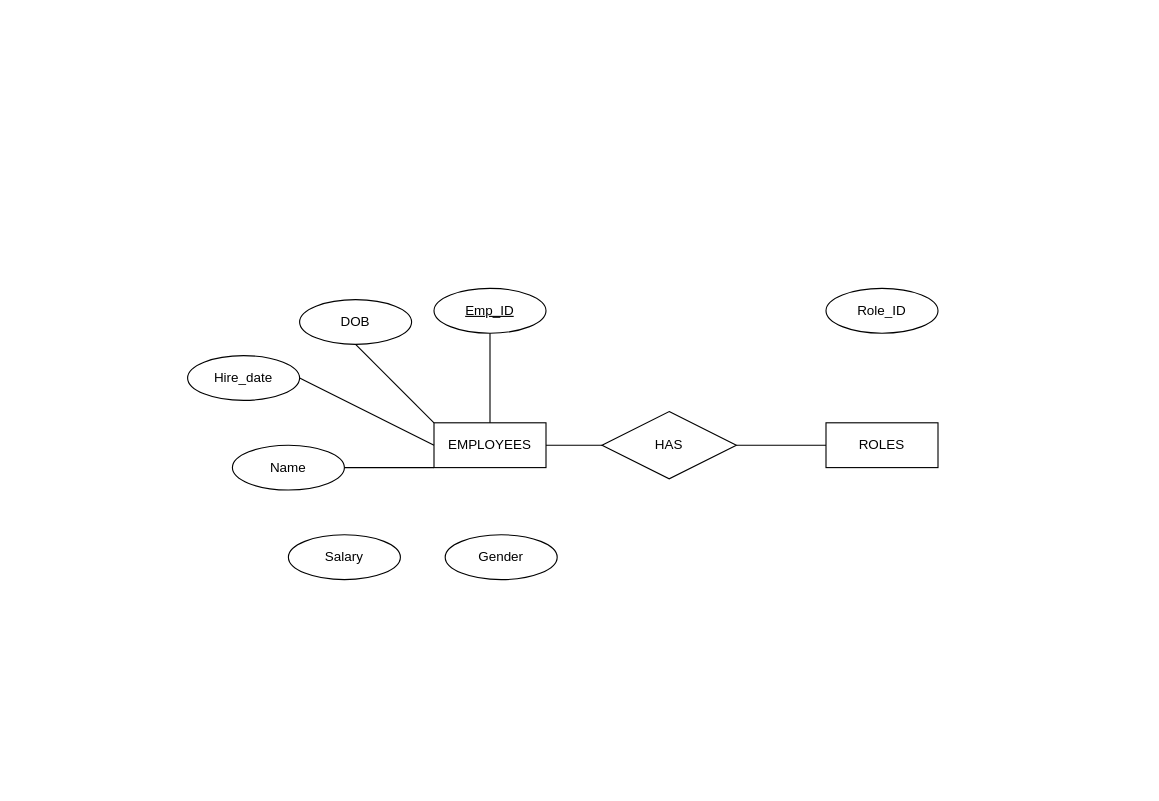
LucasHxC/webdev_lab keeps this draw.io diagram as CA1.drawio. Above is the earlier version. Source tidied: cells renumbered, new cells numbered last; positions are measured from the earlier drawing's top-left corner, leaving out a move shared by most shapes. Both pictures are drawn from the tidied source at 112%, with x=0, y=0 at pixel (187, 288).
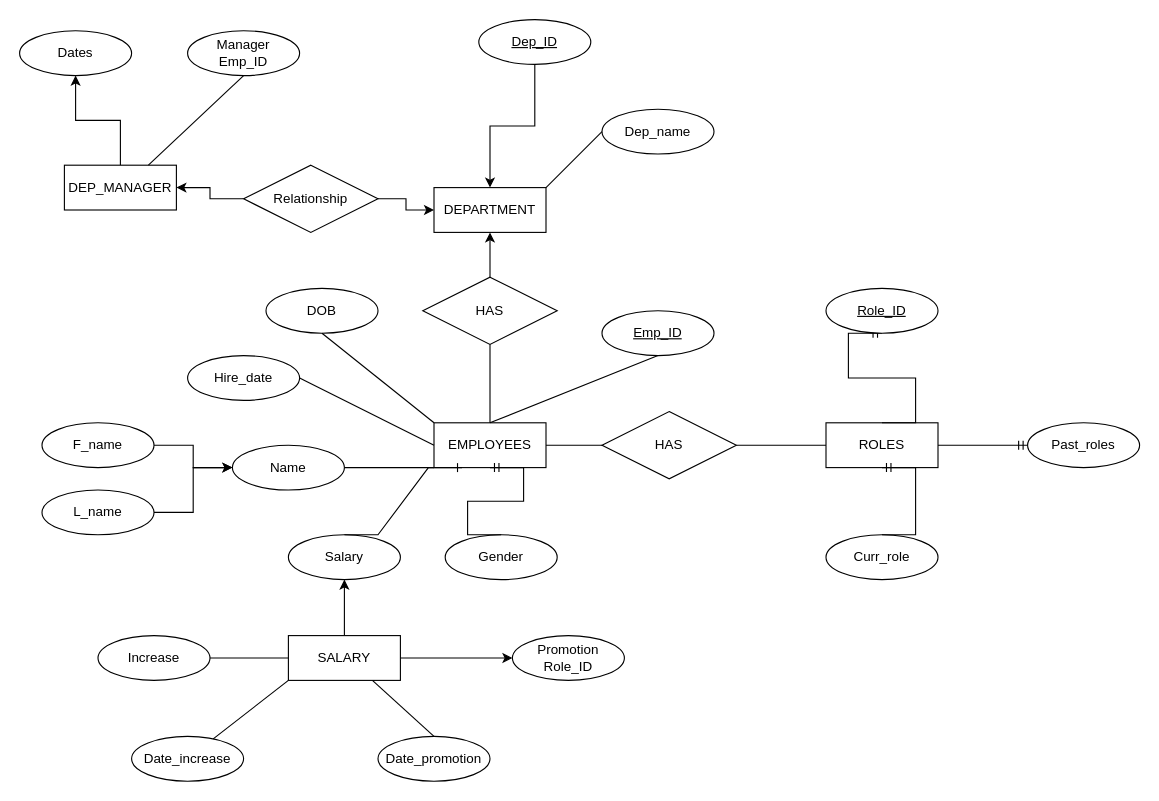
The same diagram, later.

Unchanged cells that the change refers to:
```xml
<mxCell id="2" value="EMPLOYEES" style="whiteSpace=wrap;html=1;align=center;" parent="1" vertex="1">
  <mxGeometry x="220" y="120" width="100" height="40" as="geometry" />
</mxCell>
<mxCell id="4" value="Name" style="ellipse;whiteSpace=wrap;html=1;align=center;" parent="1" vertex="1">
  <mxGeometry x="40" y="140" width="100" height="40" as="geometry" />
</mxCell>
<mxCell id="6" value="Gender" style="ellipse;whiteSpace=wrap;html=1;align=center;" parent="1" vertex="1">
  <mxGeometry x="230" y="220" width="100" height="40" as="geometry" />
</mxCell>
<mxCell id="7" value="Salary" style="ellipse;whiteSpace=wrap;html=1;align=center;" parent="1" vertex="1">
  <mxGeometry x="90" y="220" width="100" height="40" as="geometry" />
</mxCell>
<mxCell id="9" value="ROLES" style="whiteSpace=wrap;html=1;align=center;" parent="1" vertex="1">
  <mxGeometry x="570" y="120" width="100" height="40" as="geometry" />
</mxCell>
```

Diff of the diagram source:
```diff
@@
     <mxCell id="3" value="Emp_ID" style="ellipse;whiteSpace=wrap;html=1;align=center;fontStyle=4;" parent="1" vertex="1">
-      <mxGeometry x="220" width="100" height="40" as="geometry" />
+      <mxGeometry x="370" y="20" width="100" height="40" as="geometry" />
     </mxCell>
@@
     <mxCell id="5" value="DOB" style="ellipse;whiteSpace=wrap;html=1;align=center;" parent="1" vertex="1">
-      <mxGeometry x="100" y="10" width="100" height="40" as="geometry" />
+      <mxGeometry x="70" width="100" height="40" as="geometry" />
     </mxCell>
@@
-    <mxCell id="10" value="Role_ID" style="ellipse;whiteSpace=wrap;html=1;align=center;" parent="1" vertex="1">
-      <mxGeometry x="570" width="100" height="40" as="geometry" />
-    </mxCell>
@@
+    <mxCell id="18" value="Curr_role" style="ellipse;whiteSpace=wrap;html=1;align=center;" parent="1" vertex="1">
+      <mxGeometry x="570" y="220" width="100" height="40" as="geometry" />
+    </mxCell>
+    <mxCell id="19" value="Past_roles" style="ellipse;whiteSpace=wrap;html=1;align=center;" parent="1" vertex="1">
+      <mxGeometry x="750" y="120" width="100" height="40" as="geometry" />
+    </mxCell>
+    <mxCell id="20" style="edgeStyle=entityRelationEdgeStyle;fontSize=12;html=1;endArrow=ERone;endFill=1;rounded=0;exitX=0.5;exitY=0;exitDx=0;exitDy=0;entryX=0.25;entryY=1;entryDx=0;entryDy=0;" parent="1" edge="1" source="7" target="2">
+      <mxGeometry relative="1" as="geometry" />
+    </mxCell>
+    <mxCell id="21" style="edgeStyle=entityRelationEdgeStyle;fontSize=12;html=1;endArrow=ERmandOne;rounded=0;exitX=0.5;exitY=0;exitDx=0;exitDy=0;entryX=0.5;entryY=1;entryDx=0;entryDy=0;" parent="1" edge="1" source="6" target="2">
+      <mxGeometry relative="1" as="geometry" />
+    </mxCell>
+    <mxCell id="22" style="edgeStyle=entityRelationEdgeStyle;fontSize=12;html=1;endArrow=ERmandOne;rounded=0;entryX=0.5;entryY=1;entryDx=0;entryDy=0;exitX=0.5;exitY=0;exitDx=0;exitDy=0;" parent="1" edge="1" source="9">
+      <mxGeometry relative="1" as="geometry">
+        <mxPoint x="620" y="40" as="targetPoint" />
+      </mxGeometry>
+    </mxCell>
+    <mxCell id="23" style="edgeStyle=entityRelationEdgeStyle;fontSize=12;html=1;endArrow=ERmandOne;rounded=0;entryX=0.5;entryY=1;entryDx=0;entryDy=0;exitX=0.5;exitY=0;exitDx=0;exitDy=0;" parent="1" edge="1" source="18" target="9">
+      <mxGeometry relative="1" as="geometry" />
+    </mxCell>
+    <mxCell id="24" style="edgeStyle=entityRelationEdgeStyle;fontSize=12;html=1;endArrow=ERmandOne;rounded=0;entryX=0;entryY=0.5;entryDx=0;entryDy=0;exitX=1;exitY=0.5;exitDx=0;exitDy=0;" parent="1" edge="1" source="9" target="19">
+      <mxGeometry relative="1" as="geometry" />
+    </mxCell>
+    <mxCell id="25" value="DEPARTMENT" style="whiteSpace=wrap;html=1;align=center;" parent="1" vertex="1">
+      <mxGeometry x="220" y="-90" width="100" height="40" as="geometry" />
+    </mxCell>
+    <mxCell id="26" style="edgeStyle=orthogonalEdgeStyle;rounded=0;jettySize=auto;html=1;" parent="1" edge="1" source="27" target="25">
+      <mxGeometry relative="1" as="geometry" />
+    </mxCell>
+    <mxCell id="27" value="Dep_ID" style="ellipse;whiteSpace=wrap;html=1;align=center;fontStyle=4;" parent="1" vertex="1">
+      <mxGeometry x="260" y="-240" width="100" height="40" as="geometry" />
+    </mxCell>
+    <mxCell id="28" style="edgeStyle=orthogonalEdgeStyle;rounded=0;jettySize=auto;html=1;" parent="1" edge="1" source="29" target="31">
+      <mxGeometry relative="1" as="geometry" />
+    </mxCell>
+    <mxCell id="29" value="DEP_MANAGER" style="whiteSpace=wrap;html=1;align=center;" parent="1" vertex="1">
+      <mxGeometry x="-110" y="-110" width="100" height="40" as="geometry" />
+    </mxCell>
+    <mxCell id="30" value="Manager&lt;br&gt;Emp_ID" style="ellipse;whiteSpace=wrap;html=1;align=center;" parent="1" vertex="1">
+      <mxGeometry y="-230" width="100" height="40" as="geometry" />
+    </mxCell>
+    <mxCell id="10" value="Role_ID" style="ellipse;whiteSpace=wrap;html=1;align=center;fontStyle=4;" parent="1" vertex="1">
+      <mxGeometry x="570" width="100" height="40" as="geometry" />
+    </mxCell>
+    <mxCell id="31" value="Dates" style="ellipse;whiteSpace=wrap;html=1;align=center;" parent="1" vertex="1">
+      <mxGeometry x="-150" y="-230" width="100" height="40" as="geometry" />
+    </mxCell>
+    <mxCell id="32" value="Dep_name" style="ellipse;whiteSpace=wrap;html=1;align=center;" parent="1" vertex="1">
+      <mxGeometry x="370" y="-160" width="100" height="40" as="geometry" />
+    </mxCell>
+    <mxCell id="33" style="edgeStyle=orthogonalEdgeStyle;rounded=0;jettySize=auto;html=1;" parent="1" edge="1" source="34" target="25">
+      <mxGeometry relative="1" as="geometry" />
+    </mxCell>
+    <mxCell id="34" value="HAS" style="shape=rhombus;perimeter=rhombusPerimeter;whiteSpace=wrap;html=1;align=center;" parent="1" vertex="1">
+      <mxGeometry x="210" y="-10" width="120" height="60" as="geometry" />
+    </mxCell>
+    <mxCell id="35" style="endArrow=none;html=1;rounded=0;entryX=0.5;entryY=1;entryDx=0;entryDy=0;" parent="1" edge="1" target="34">
+      <mxGeometry relative="1" as="geometry">
+        <mxPoint x="270" y="120" as="sourcePoint" />
+      </mxGeometry>
+    </mxCell>
+    <mxCell id="36" style="edgeStyle=orthogonalEdgeStyle;rounded=0;jettySize=auto;html=1;" parent="1" edge="1" source="38" target="25">
+      <mxGeometry relative="1" as="geometry" />
+    </mxCell>
+    <mxCell id="37" style="edgeStyle=orthogonalEdgeStyle;rounded=0;jettySize=auto;html=1;" parent="1" edge="1" source="38" target="29">
+      <mxGeometry relative="1" as="geometry" />
+    </mxCell>
+    <mxCell id="38" value="Relationship" style="shape=rhombus;perimeter=rhombusPerimeter;whiteSpace=wrap;html=1;align=center;" parent="1" vertex="1">
+      <mxGeometry x="50" y="-110" width="120" height="60" as="geometry" />
+    </mxCell>
+    <mxCell id="39" style="endArrow=none;html=1;rounded=0;exitX=0.75;exitY=0;exitDx=0;exitDy=0;entryX=0.5;entryY=1;entryDx=0;entryDy=0;" parent="1" edge="1" source="29" target="30">
+      <mxGeometry relative="1" as="geometry" />
+    </mxCell>
+    <mxCell id="40" style="endArrow=none;html=1;rounded=0;entryX=0;entryY=0.5;entryDx=0;entryDy=0;exitX=1;exitY=0;exitDx=0;exitDy=0;" parent="1" edge="1" source="25" target="32">
+      <mxGeometry relative="1" as="geometry" />
+    </mxCell>
+    <mxCell id="41" style="edgeStyle=orthogonalEdgeStyle;rounded=0;jettySize=auto;html=1;" parent="1" edge="1" source="42" target="4">
+      <mxGeometry relative="1" as="geometry" />
+    </mxCell>
+    <mxCell id="42" value="F_name" style="ellipse;whiteSpace=wrap;html=1;align=center;" parent="1" vertex="1">
+      <mxGeometry x="-130" y="120" width="100" height="40" as="geometry" />
+    </mxCell>
+    <mxCell id="43" style="edgeStyle=orthogonalEdgeStyle;rounded=0;jettySize=auto;html=1;" parent="1" edge="1" source="44" target="4">
+      <mxGeometry relative="1" as="geometry" />
+    </mxCell>
+    <mxCell id="44" value="L_name" style="ellipse;whiteSpace=wrap;html=1;align=center;" parent="1" vertex="1">
+      <mxGeometry x="-130" y="180" width="100" height="40" as="geometry" />
+    </mxCell>
+    <mxCell id="45" style="edgeStyle=orthogonalEdgeStyle;rounded=0;jettySize=auto;html=1;" parent="1" edge="1" source="47" target="7">
+      <mxGeometry relative="1" as="geometry" />
+    </mxCell>
+    <mxCell id="46" style="edgeStyle=orthogonalEdgeStyle;rounded=0;jettySize=auto;html=1;" parent="1" edge="1" source="47" target="48">
+      <mxGeometry relative="1" as="geometry" />
+    </mxCell>
+    <mxCell id="47" value="SALARY" style="whiteSpace=wrap;html=1;align=center;" parent="1" vertex="1">
+      <mxGeometry x="90" y="310" width="100" height="40" as="geometry" />
+    </mxCell>
+    <mxCell id="48" value="Promotion&lt;br&gt;Role_ID" style="ellipse;whiteSpace=wrap;html=1;align=center;" parent="1" vertex="1">
+      <mxGeometry x="290" y="310" width="100" height="40" as="geometry" />
+    </mxCell>
+    <mxCell id="49" value="Date_promotion" style="ellipse;whiteSpace=wrap;html=1;align=center;" parent="1" vertex="1">
+      <mxGeometry x="170" y="400" width="100" height="40" as="geometry" />
+    </mxCell>
+    <mxCell id="50" value="Increase" style="ellipse;whiteSpace=wrap;html=1;align=center;" parent="1" vertex="1">
+      <mxGeometry x="-80" y="310" width="100" height="40" as="geometry" />
+    </mxCell>
+    <mxCell id="51" value="Date_increase" style="ellipse;whiteSpace=wrap;html=1;align=center;" parent="1" vertex="1">
+      <mxGeometry x="-50" y="400" width="100" height="40" as="geometry" />
+    </mxCell>
+    <mxCell id="52" style="endArrow=none;html=1;rounded=0;exitX=1;exitY=0.5;exitDx=0;exitDy=0;entryX=0;entryY=0.5;entryDx=0;entryDy=0;" parent="1" edge="1" source="50" target="47">
+      <mxGeometry relative="1" as="geometry" />
+    </mxCell>
+    <mxCell id="53" style="endArrow=none;html=1;rounded=0;entryX=0;entryY=1;entryDx=0;entryDy=0;" parent="1" edge="1" source="51" target="47">
+      <mxGeometry relative="1" as="geometry" />
+    </mxCell>
+    <mxCell id="54" style="endArrow=none;html=1;rounded=0;exitX=0.75;exitY=1;exitDx=0;exitDy=0;entryX=0.5;entryY=0;entryDx=0;entryDy=0;" parent="1" edge="1" source="47" target="49">
+      <mxGeometry relative="1" as="geometry" />
+    </mxCell>
```
